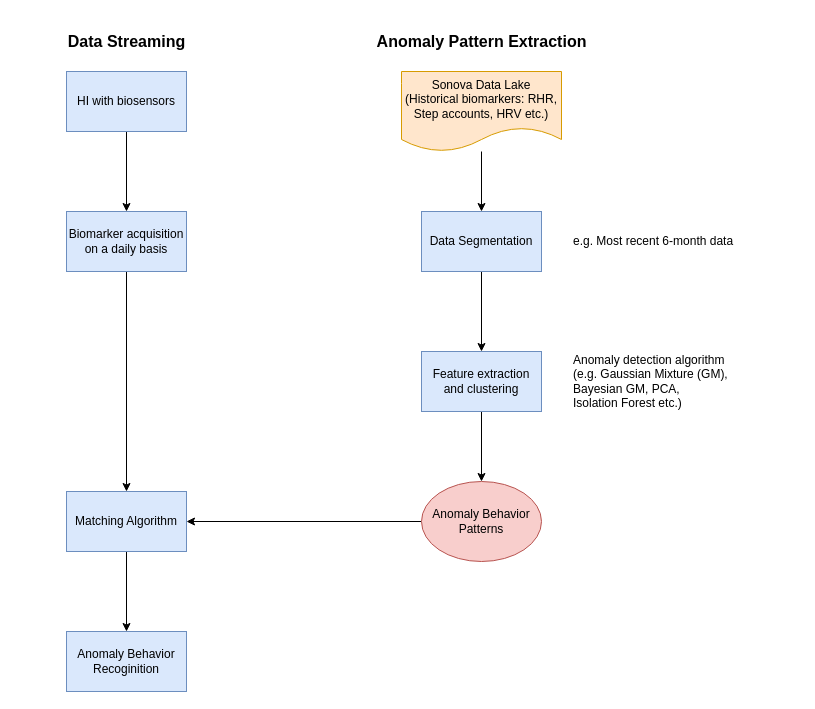
This is anomaly_detection.drawio from supertime1/anomaly, a draw.io file, before an edit. Source tidied: cells renumbered, new cells numbered last; positions are measured from the earlier drawing's top-left corner, leaving out a move shared by most shapes. Both pictures are drawn from the tidied source at 100%, with x=0, y=0 at pixel (61, 31).
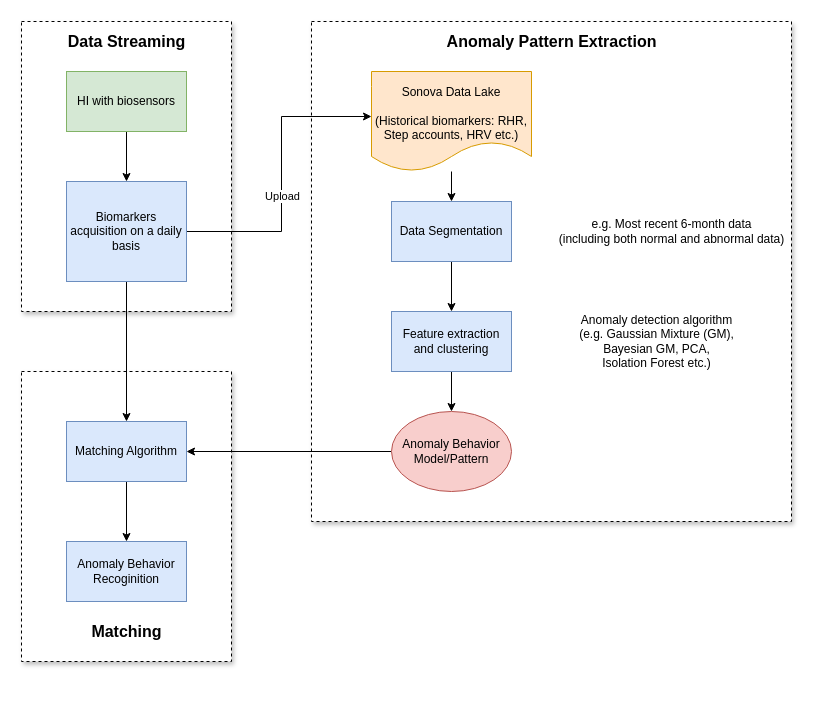
After the change.

Diff of the diagram source:
```diff
@@
+    <mxCell id="21" style="rounded=0;whiteSpace=wrap;html=1;align=center;shadow=1;dashed=1;" parent="1" vertex="1">
+      <mxGeometry x="-40" y="340" width="210" height="290" as="geometry" />
+    </mxCell>
+    <mxCell id="22" style="rounded=0;whiteSpace=wrap;html=1;align=center;dashed=1;glass=0;sketch=0;shadow=1;" parent="1" vertex="1">
+      <mxGeometry x="250" y="-10" width="480" height="500" as="geometry" />
+    </mxCell>
+    <mxCell id="23" style="rounded=0;whiteSpace=wrap;html=1;align=center;shadow=1;dashed=1;" parent="1" vertex="1">
+      <mxGeometry x="-40" y="-10" width="210" height="290" as="geometry" />
+    </mxCell>
@@
-    <mxCell id="3" value="Sonova Data Lake&lt;br&gt;(Historical biomarkers: RHR, Step accounts, HRV etc.)" style="shape=document;whiteSpace=wrap;html=1;boundedLbl=1;fillColor=#ffe6cc;strokeColor=#d79b00;" parent="1" vertex="1">
-      <mxGeometry x="340" y="40" width="160" height="80" as="geometry" />
+    <mxCell id="3" value="&lt;br&gt;Sonova Data Lake&lt;br&gt;&lt;br&gt;(Historical biomarkers: RHR, Step accounts, HRV etc.)" style="shape=document;whiteSpace=wrap;html=1;boundedLbl=1;fillColor=#ffe6cc;strokeColor=#d79b00;" parent="1" vertex="1">
+      <mxGeometry x="310" y="40" width="160" height="100" as="geometry" />
     </mxCell>
@@
     <mxCell id="5" value="Data Segmentation" style="whiteSpace=wrap;html=1;fillColor=#dae8fc;strokeColor=#6c8ebf;" parent="1" vertex="1">
-      <mxGeometry x="360" y="180" width="120" height="60" as="geometry" />
+      <mxGeometry x="330" y="170" width="120" height="60" as="geometry" />
     </mxCell>
-    <mxCell id="6" value="e.g. Most recent 6-month data" style="text;html=1;align=left;verticalAlign=middle;rounded=0;" parent="1" vertex="1">
-      <mxGeometry x="510" y="200" width="180" height="20" as="geometry" />
+    <mxCell id="6" value="e.g. Most recent 6-month data&lt;br&gt;(including both normal and abnormal data)" style="text;html=1;align=center;verticalAlign=middle;rounded=0;" parent="1" vertex="1">
+      <mxGeometry x="490" y="185" width="240" height="30" as="geometry" />
     </mxCell>
@@
     <mxCell id="8" value="Feature extraction and clustering" style="whiteSpace=wrap;html=1;fillColor=#dae8fc;strokeColor=#6c8ebf;" parent="1" vertex="1">
-      <mxGeometry x="360" y="320" width="120" height="60" as="geometry" />
+      <mxGeometry x="330" y="280" width="120" height="60" as="geometry" />
     </mxCell>
@@
-    <mxCell id="10" value="Anomaly Behavior Patterns" style="ellipse;whiteSpace=wrap;html=1;strokeColor=#b85450;fillColor=#f8cecc;" parent="1" vertex="1">
-      <mxGeometry x="360" y="450" width="120" height="80" as="geometry" />
+    <mxCell id="10" value="Anomaly Behavior Model/Pattern" style="ellipse;whiteSpace=wrap;html=1;strokeColor=#b85450;fillColor=#f8cecc;" parent="1" vertex="1">
+      <mxGeometry x="330" y="380" width="120" height="80" as="geometry" />
     </mxCell>
-    <mxCell id="11" value="Anomaly detection algorithm &lt;br&gt;(e.g. Gaussian Mixture (GM),&lt;br&gt;Bayesian GM, PCA, &lt;br&gt;Isolation Forest etc.)" style="text;html=1;align=left;verticalAlign=middle;rounded=0;" parent="1" vertex="1">
-      <mxGeometry x="510" y="320" width="170" height="60" as="geometry" />
+    <mxCell id="11" value="Anomaly detection algorithm &lt;br&gt;(e.g. Gaussian Mixture (GM),&lt;br&gt;Bayesian GM, PCA, &lt;br&gt;Isolation Forest etc.)" style="text;html=1;align=center;verticalAlign=middle;rounded=0;" parent="1" vertex="1">
+      <mxGeometry x="510" y="280" width="170" height="60" as="geometry" />
     </mxCell>
     <mxCell id="12" value="&lt;font style=&quot;font-size: 16px&quot;&gt;&lt;b&gt;Anomaly Pattern Extraction&lt;/b&gt;&lt;/font&gt;" style="text;html=1;align=center;verticalAlign=middle;rounded=0;" parent="1" vertex="1">
-      <mxGeometry x="305" width="230" height="20" as="geometry" />
+      <mxGeometry x="375" width="230" height="20" as="geometry" />
     </mxCell>
@@
-    <mxCell id="15" value="HI with biosensors" style="whiteSpace=wrap;html=1;fillColor=#dae8fc;strokeColor=#6c8ebf;" parent="1" vertex="1">
+    <mxCell id="15" value="HI with biosensors" style="whiteSpace=wrap;html=1;fillColor=#d5e8d4;strokeColor=#82b366;" parent="1" vertex="1">
       <mxGeometry x="5" y="40" width="120" height="60" as="geometry" />
     </mxCell>
@@
+    <mxCell id="24" style="edgeStyle=orthogonalEdgeStyle;rounded=0;jettySize=auto;html=1;" parent="1" edge="1" source="17" target="3">
+      <mxGeometry relative="1" as="geometry">
+        <Array as="points">
+          <mxPoint x="220" y="200" />
+          <mxPoint x="220" y="85" />
+        </Array>
+      </mxGeometry>
+    </mxCell>
+    <mxCell id="25" value="Upload" style="edgeLabel;html=1;align=center;verticalAlign=middle;" parent="24" vertex="1">
+      <mxGeometry x="-0.13" relative="1" as="geometry" />
+    </mxCell>
-    <mxCell id="17" value="Biomarker acquisition on a daily basis" style="whiteSpace=wrap;html=1;strokeColor=#6c8ebf;fillColor=#dae8fc;" parent="1" vertex="1">
-      <mxGeometry x="5" y="180" width="120" height="60" as="geometry" />
+    <mxCell id="17" value="Biomarkers acquisition on a daily basis" style="whiteSpace=wrap;html=1;strokeColor=#6c8ebf;fillColor=#dae8fc;" parent="1" vertex="1">
+      <mxGeometry x="5" y="150" width="120" height="100" as="geometry" />
     </mxCell>
@@
     <mxCell id="19" value="Matching Algorithm" style="whiteSpace=wrap;html=1;strokeColor=#6c8ebf;fillColor=#dae8fc;" parent="1" vertex="1">
-      <mxGeometry x="5" y="460" width="120" height="60" as="geometry" />
+      <mxGeometry x="5" y="390" width="120" height="60" as="geometry" />
     </mxCell>
     <mxCell id="20" value="Anomaly Behavior Recoginition" style="whiteSpace=wrap;html=1;strokeColor=#6c8ebf;fillColor=#dae8fc;" parent="1" vertex="1">
-      <mxGeometry x="5" y="600" width="120" height="60" as="geometry" />
+      <mxGeometry x="5" y="510" width="120" height="60" as="geometry" />
     </mxCell>
+    <mxCell id="26" value="&lt;span style=&quot;font-size: 16px&quot;&gt;&lt;b&gt;Matching&lt;/b&gt;&lt;/span&gt;" style="text;html=1;align=center;verticalAlign=middle;rounded=0;" parent="1" vertex="1">
+      <mxGeometry x="20" y="590" width="90" height="20" as="geometry" />
+    </mxCell>
```
